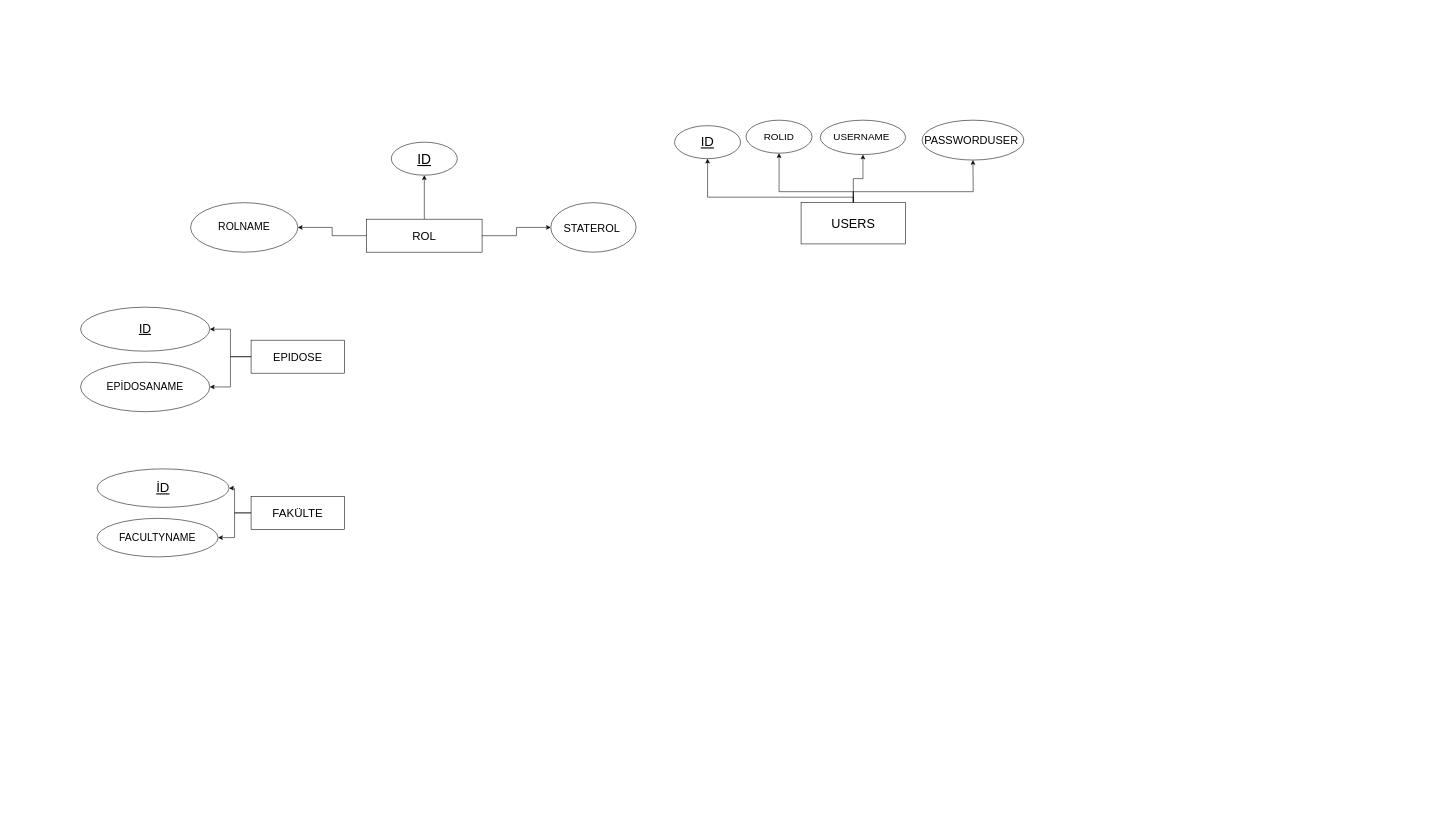
Earlier version of the draw.io diagram Untitled Diagram.drawio (burakcanyildiz2/burakcanyildiz2.github.io). Source tidied: cells renumbered, new cells numbered last; positions are measured from the earlier drawing's top-left corner, leaving out a move shared by most shapes. Both pictures are drawn from the tidied source at 55%, with x=0, y=0 at pixel (80, 120).
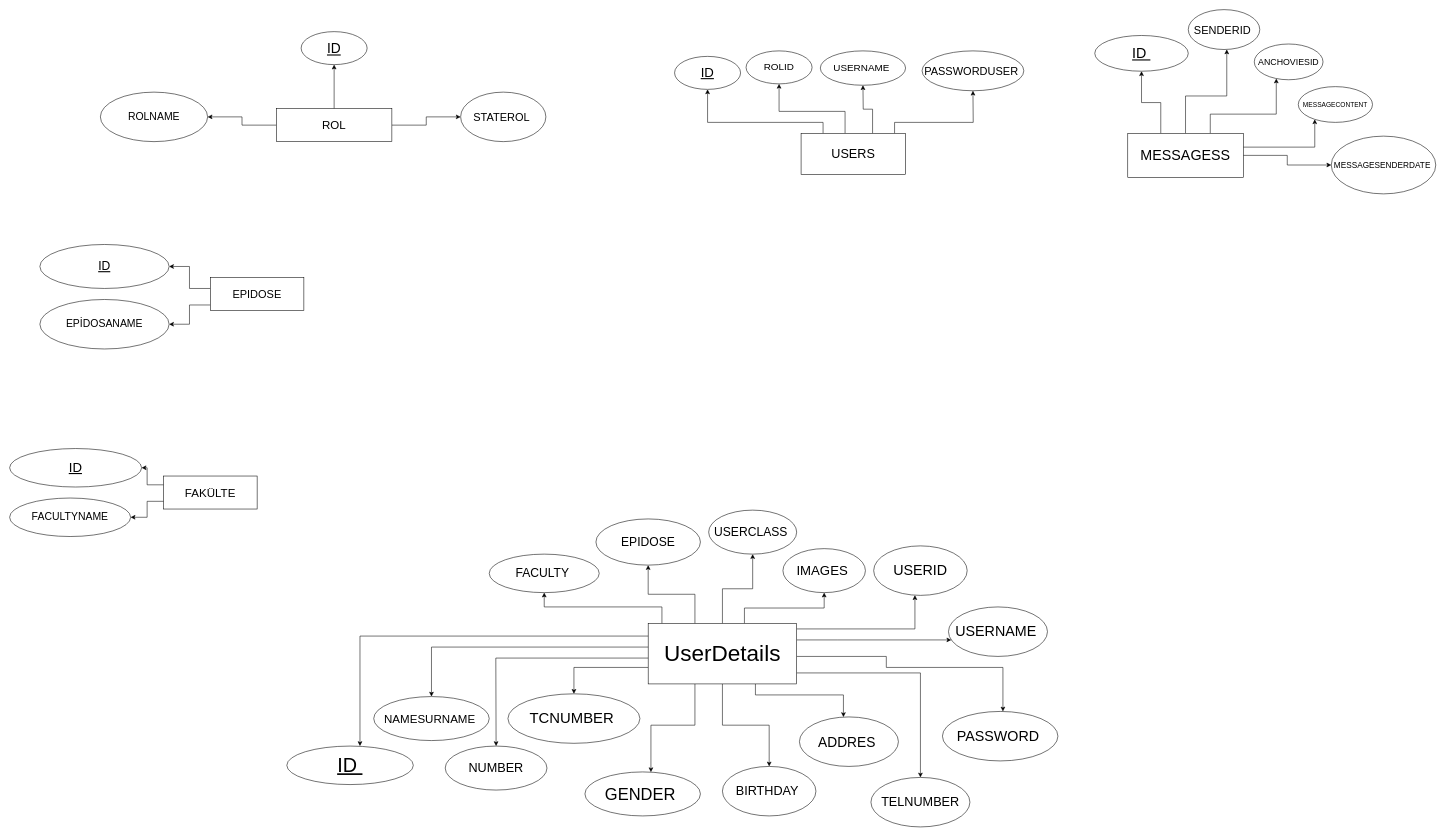
The same diagram, later.

Diff of the diagram source:
```diff
@@
     <mxCell id="2" style="edgeStyle=orthogonalEdgeStyle;rounded=0;jettySize=auto;html=1;" parent="1" edge="1" source="4" target="9">
-      <mxGeometry relative="1" as="geometry" />
+      <mxGeometry relative="1" as="geometry">
+        <Array as="points">
+          <mxPoint x="121" y="693" />
+          <mxPoint x="121" y="722" />
+        </Array>
+      </mxGeometry>
     </mxCell>
     <mxCell id="3" style="edgeStyle=orthogonalEdgeStyle;rounded=0;jettySize=auto;html=1;" parent="1" edge="1" source="4" target="8">
       <mxGeometry relative="1" as="geometry">
         <Array as="points">
-          <mxPoint x="280" y="714" />
-          <mxPoint x="280" y="669" />
+          <mxPoint x="121" y="663" />
+          <mxPoint x="121" y="632" />
         </Array>
       </mxGeometry>
     </mxCell>
     <mxCell id="4" value="&lt;font style=&quot;vertical-align: inherit ; font-size: 21px&quot;&gt;FAKÜLTE&lt;/font&gt;" style="rounded=0;whiteSpace=wrap;html=1;" parent="1" vertex="1">
-      <mxGeometry x="310" y="684" width="170" height="60" as="geometry" />
+      <mxGeometry x="151" y="647" width="170" height="60" as="geometry" />
     </mxCell>
     <mxCell id="5" style="edgeStyle=orthogonalEdgeStyle;rounded=0;jettySize=auto;html=1;" parent="1" edge="1" source="7" target="10">
-      <mxGeometry relative="1" as="geometry" />
+      <mxGeometry relative="1" as="geometry">
+        <Array as="points">
+          <mxPoint x="198" y="306" />
+          <mxPoint x="198" y="266" />
+        </Array>
+      </mxGeometry>
     </mxCell>
     <mxCell id="6" style="edgeStyle=orthogonalEdgeStyle;rounded=0;jettySize=auto;html=1;" parent="1" edge="1" source="7" target="15">
-      <mxGeometry relative="1" as="geometry" />
+      <mxGeometry relative="1" as="geometry">
+        <Array as="points">
+          <mxPoint x="198" y="336" />
+          <mxPoint x="198" y="371" />
+        </Array>
+      </mxGeometry>
     </mxCell>
     <mxCell id="7" value="&lt;font style=&quot;vertical-align: inherit ; font-size: 20px&quot;&gt;EPIDOSE&lt;/font&gt;" style="rounded=0;whiteSpace=wrap;html=1;" parent="1" vertex="1">
-      <mxGeometry x="310" y="400" width="170" height="60" as="geometry" />
+      <mxGeometry x="236" y="286" width="170" height="60" as="geometry" />
     </mxCell>
-    <mxCell id="8" value="&lt;font style=&quot;vertical-align: inherit ; font-size: 24px&quot;&gt;&lt;u&gt;&lt;font style=&quot;vertical-align: inherit ; font-size: 24px&quot;&gt;&lt;font style=&quot;vertical-align: inherit ; font-size: 24px&quot;&gt;İD&lt;/font&gt;&lt;/font&gt;&lt;/u&gt;&lt;/font&gt;" style="ellipse;whiteSpace=wrap;html=1;rounded=0;" parent="1" vertex="1">
-      <mxGeometry x="30" y="634" width="240" height="70" as="geometry" />
+    <mxCell id="8" value="&lt;span style=&quot;font-size: 24px&quot;&gt;&lt;u&gt;ID&lt;/u&gt;&lt;/span&gt;" style="ellipse;whiteSpace=wrap;html=1;rounded=0;" parent="1" vertex="1">
+      <mxGeometry x="-129" y="597" width="240" height="70" as="geometry" />
     </mxCell>
     <mxCell id="9" value="&lt;font style=&quot;vertical-align: inherit ; font-size: 19px&quot;&gt;FACULTYNAME&lt;/font&gt;" style="ellipse;whiteSpace=wrap;html=1;rounded=0;" parent="1" vertex="1">
-      <mxGeometry x="30" y="724" width="220" height="70" as="geometry" />
+      <mxGeometry x="-129" y="687" width="220" height="70" as="geometry" />
     </mxCell>
     <mxCell id="10" value="&lt;font style=&quot;vertical-align: inherit ; font-size: 22px&quot;&gt;&lt;u&gt;ID&lt;/u&gt;&lt;/font&gt;" style="ellipse;whiteSpace=wrap;html=1;rounded=0;" parent="1" vertex="1">
-      <mxGeometry y="340" width="235" height="80" as="geometry" />
+      <mxGeometry x="-74" y="226" width="235" height="80" as="geometry" />
     </mxCell>
@@
     <mxCell id="14" value="&lt;font style=&quot;vertical-align: inherit ; font-size: 21px&quot;&gt;&lt;font style=&quot;vertical-align: inherit ; font-size: 21px&quot;&gt;ROL&lt;/font&gt;&lt;/font&gt;" style="rounded=0;whiteSpace=wrap;html=1;" parent="1" vertex="1">
-      <mxGeometry x="520" y="180" width="210" height="60" as="geometry" />
+      <mxGeometry x="356" y="-21" width="210" height="60" as="geometry" />
     </mxCell>
     <mxCell id="15" value="&lt;font style=&quot;vertical-align: inherit ; font-size: 19px&quot;&gt;&lt;font style=&quot;vertical-align: inherit ; font-size: 19px&quot;&gt;&lt;font style=&quot;vertical-align: inherit ; font-size: 19px&quot;&gt;&lt;font style=&quot;vertical-align: inherit ; font-size: 19px&quot;&gt;EPİDOSANAME&lt;/font&gt;&lt;/font&gt;&lt;/font&gt;&lt;/font&gt;" style="ellipse;whiteSpace=wrap;html=1;rounded=0;" parent="1" vertex="1">
-      <mxGeometry y="440" width="235" height="90" as="geometry" />
+      <mxGeometry x="-74" y="326" width="235" height="90" as="geometry" />
     </mxCell>
     <mxCell id="16" value="&lt;font style=&quot;vertical-align: inherit ; font-size: 25px&quot;&gt;&lt;u&gt;ID&lt;/u&gt;&lt;/font&gt;" style="ellipse;whiteSpace=wrap;html=1;rounded=0;" parent="1" vertex="1">
-      <mxGeometry x="565" y="40" width="120" height="60" as="geometry" />
+      <mxGeometry x="401" y="-161" width="120" height="60" as="geometry" />
     </mxCell>
     <mxCell id="17" value="&lt;font style=&quot;vertical-align: inherit ; font-size: 19px&quot;&gt;ROLNAME&lt;/font&gt;" style="ellipse;whiteSpace=wrap;html=1;rounded=0;" parent="1" vertex="1">
-      <mxGeometry x="200" y="150" width="195" height="90" as="geometry" />
+      <mxGeometry x="36" y="-51" width="195" height="90" as="geometry" />
     </mxCell>
     <mxCell id="18" value="&lt;font style=&quot;vertical-align: inherit ; font-size: 20px&quot;&gt;&lt;font style=&quot;vertical-align: inherit ; font-size: 20px&quot;&gt;STATEROL&amp;nbsp;&lt;/font&gt;&lt;/font&gt;" style="ellipse;whiteSpace=wrap;html=1;rounded=0;" parent="1" vertex="1">
-      <mxGeometry x="855" y="150" width="155" height="90" as="geometry" />
+      <mxGeometry x="691" y="-51" width="155" height="90" as="geometry" />
     </mxCell>
     <mxCell id="19" style="edgeStyle=orthogonalEdgeStyle;rounded=0;jettySize=auto;html=1;" parent="1" edge="1" source="23" target="24">
       <mxGeometry relative="1" as="geometry">
         <Array as="points">
-          <mxPoint x="1405" y="140" />
-          <mxPoint x="1140" y="140" />
+          <mxPoint x="1350" y="4" />
+          <mxPoint x="1140" y="4" />
         </Array>
       </mxGeometry>
     </mxCell>
     <mxCell id="20" style="edgeStyle=orthogonalEdgeStyle;rounded=0;jettySize=auto;html=1;" parent="1" edge="1" source="23" target="25">
-      <mxGeometry relative="1" as="geometry" />
+      <mxGeometry relative="1" as="geometry">
+        <Array as="points">
+          <mxPoint x="1440" y="-20" />
+          <mxPoint x="1423" y="-20" />
+        </Array>
+      </mxGeometry>
     </mxCell>
     <mxCell id="21" style="edgeStyle=orthogonalEdgeStyle;rounded=0;jettySize=auto;html=1;" parent="1" edge="1" source="23" target="26">
       <mxGeometry relative="1" as="geometry">
         <Array as="points">
-          <mxPoint x="1405" y="130" />
-          <mxPoint x="1623" y="130" />
+          <mxPoint x="1480" y="4" />
+          <mxPoint x="1623" y="4" />
         </Array>
       </mxGeometry>
     </mxCell>
     <mxCell id="22" style="edgeStyle=orthogonalEdgeStyle;rounded=0;jettySize=auto;html=1;" parent="1" edge="1" source="23" target="27">
       <mxGeometry relative="1" as="geometry">
         <Array as="points">
-          <mxPoint x="1405" y="130" />
-          <mxPoint x="1270" y="130" />
+          <mxPoint x="1390" y="-16" />
+          <mxPoint x="1270" y="-16" />
         </Array>
       </mxGeometry>
     </mxCell>
     <mxCell id="23" value="&lt;font style=&quot;vertical-align: inherit ; font-size: 23px&quot;&gt;USERS&lt;/font&gt;" style="rounded=0;whiteSpace=wrap;html=1;" parent="1" vertex="1">
-      <mxGeometry x="1310" y="150" width="190" height="75" as="geometry" />
+      <mxGeometry x="1310" y="24" width="190" height="75" as="geometry" />
     </mxCell>
     <mxCell id="24" value="&lt;font style=&quot;vertical-align: inherit&quot; size=&quot;1&quot;&gt;&lt;u style=&quot;font-size: 24px&quot;&gt;ID&lt;/u&gt;&lt;/font&gt;" style="ellipse;whiteSpace=wrap;html=1;rounded=0;" parent="1" vertex="1">
-      <mxGeometry x="1080" y="10" width="120" height="60" as="geometry" />
+      <mxGeometry x="1080" y="-116" width="120" height="60" as="geometry" />
     </mxCell>
     <mxCell id="25" value="&lt;font style=&quot;vertical-align: inherit ; font-size: 18px&quot;&gt;USERNAME&amp;nbsp;&lt;/font&gt;" style="ellipse;whiteSpace=wrap;html=1;rounded=0;" parent="1" vertex="1">
-      <mxGeometry x="1345" width="155" height="62.5" as="geometry" />
+      <mxGeometry x="1345" y="-126" width="155" height="62.5" as="geometry" />
     </mxCell>
     <mxCell id="26" value="&lt;font style=&quot;vertical-align: inherit ; font-size: 20px&quot;&gt;PASSWORDUSER&amp;nbsp;&lt;/font&gt;" style="ellipse;whiteSpace=wrap;html=1;rounded=0;" parent="1" vertex="1">
-      <mxGeometry x="1530" width="185" height="72.5" as="geometry" />
+      <mxGeometry x="1530" y="-126" width="185" height="72.5" as="geometry" />
     </mxCell>
     <mxCell id="27" value="&lt;font style=&quot;font-size: 18px&quot;&gt;ROLID&lt;/font&gt;" style="ellipse;whiteSpace=wrap;html=1;rounded=0;" parent="1" vertex="1">
-      <mxGeometry x="1210" width="120" height="60" as="geometry" />
+      <mxGeometry x="1210" y="-126" width="120" height="60" as="geometry" />
     </mxCell>
+    <mxCell id="28" style="edgeStyle=orthogonalEdgeStyle;rounded=0;orthogonalLoop=1;jettySize=auto;html=1;" parent="1" edge="1">
+      <mxGeometry relative="1" as="geometry">
+        <mxPoint x="1033" y="938" as="sourcePoint" />
+        <mxPoint x="508" y="1138" as="targetPoint" />
+        <Array as="points">
+          <mxPoint x="508" y="938" />
+        </Array>
+      </mxGeometry>
+    </mxCell>
+    <mxCell id="29" style="edgeStyle=orthogonalEdgeStyle;rounded=0;jettySize=auto;html=1;" parent="1" edge="1" target="45">
+      <mxGeometry relative="1" as="geometry">
+        <mxPoint x="1033" y="958" as="sourcePoint" />
+        <Array as="points">
+          <mxPoint x="638" y="958" />
+        </Array>
+      </mxGeometry>
+    </mxCell>
+    <mxCell id="30" style="edgeStyle=orthogonalEdgeStyle;rounded=0;jettySize=auto;html=1;" parent="1" edge="1" target="46">
+      <mxGeometry relative="1" as="geometry">
+        <mxPoint x="1033" y="978" as="sourcePoint" />
+        <Array as="points">
+          <mxPoint x="755" y="978" />
+        </Array>
+      </mxGeometry>
+    </mxCell>
+    <mxCell id="31" style="edgeStyle=orthogonalEdgeStyle;rounded=0;jettySize=auto;html=1;" parent="1" edge="1" source="43" target="47">
+      <mxGeometry relative="1" as="geometry">
+        <Array as="points">
+          <mxPoint x="897" y="995" />
+        </Array>
+      </mxGeometry>
+    </mxCell>
+    <mxCell id="32" style="edgeStyle=orthogonalEdgeStyle;rounded=0;jettySize=auto;html=1;" parent="1" edge="1" source="43" target="48">
+      <mxGeometry relative="1" as="geometry">
+        <Array as="points">
+          <mxPoint x="1117" y="1100" />
+          <mxPoint x="1037" y="1100" />
+        </Array>
+      </mxGeometry>
+    </mxCell>
+    <mxCell id="33" style="edgeStyle=orthogonalEdgeStyle;rounded=0;jettySize=auto;html=1;" parent="1" edge="1" source="43" target="49">
+      <mxGeometry relative="1" as="geometry" />
+    </mxCell>
+    <mxCell id="34" style="edgeStyle=orthogonalEdgeStyle;rounded=0;jettySize=auto;html=1;" parent="1" edge="1" source="43" target="50">
+      <mxGeometry relative="1" as="geometry">
+        <Array as="points">
+          <mxPoint x="1227" y="1045" />
+          <mxPoint x="1387" y="1045" />
+        </Array>
+      </mxGeometry>
+    </mxCell>
+    <mxCell id="35" style="edgeStyle=orthogonalEdgeStyle;rounded=0;jettySize=auto;html=1;" parent="1" edge="1" source="43" target="51">
+      <mxGeometry relative="1" as="geometry">
+        <Array as="points">
+          <mxPoint x="1527" y="1005" />
+        </Array>
+      </mxGeometry>
+    </mxCell>
+    <mxCell id="36" style="edgeStyle=orthogonalEdgeStyle;rounded=0;jettySize=auto;html=1;" parent="1" edge="1" source="43" target="52">
+      <mxGeometry relative="1" as="geometry">
+        <Array as="points">
+          <mxPoint x="1057" y="885" />
+          <mxPoint x="843" y="885" />
+        </Array>
+      </mxGeometry>
+    </mxCell>
+    <mxCell id="37" style="edgeStyle=orthogonalEdgeStyle;rounded=0;jettySize=auto;html=1;" parent="1" edge="1" source="43" target="53">
+      <mxGeometry relative="1" as="geometry">
+        <Array as="points">
+          <mxPoint x="1117" y="862" />
+          <mxPoint x="1032" y="862" />
+        </Array>
+      </mxGeometry>
+    </mxCell>
+    <mxCell id="38" style="edgeStyle=orthogonalEdgeStyle;rounded=0;jettySize=auto;html=1;" parent="1" edge="1" source="43" target="54">
+      <mxGeometry relative="1" as="geometry" />
+    </mxCell>
+    <mxCell id="39" style="edgeStyle=orthogonalEdgeStyle;rounded=0;jettySize=auto;html=1;" parent="1" edge="1" source="43" target="55">
+      <mxGeometry relative="1" as="geometry">
+        <Array as="points">
+          <mxPoint x="1207" y="887" />
+          <mxPoint x="1352" y="887" />
+        </Array>
+      </mxGeometry>
+    </mxCell>
+    <mxCell id="40" style="edgeStyle=orthogonalEdgeStyle;rounded=0;jettySize=auto;html=1;" parent="1" edge="1" source="43" target="56">
+      <mxGeometry relative="1" as="geometry">
+        <Array as="points">
+          <mxPoint x="1517" y="925" />
+        </Array>
+      </mxGeometry>
+    </mxCell>
+    <mxCell id="41" style="edgeStyle=orthogonalEdgeStyle;rounded=0;jettySize=auto;html=1;" parent="1" edge="1" source="43" target="57">
+      <mxGeometry relative="1" as="geometry">
+        <Array as="points">
+          <mxPoint x="1377" y="945" />
+          <mxPoint x="1377" y="945" />
+        </Array>
+      </mxGeometry>
+    </mxCell>
+    <mxCell id="42" style="edgeStyle=orthogonalEdgeStyle;rounded=0;jettySize=auto;html=1;" parent="1" edge="1" source="43" target="58">
+      <mxGeometry relative="1" as="geometry">
+        <Array as="points">
+          <mxPoint x="1465" y="975" />
+          <mxPoint x="1465" y="995" />
+          <mxPoint x="1677" y="995" />
+        </Array>
+      </mxGeometry>
+    </mxCell>
+    <mxCell id="43" value="&lt;font style=&quot;font-size: 41px&quot;&gt;UserDetails&lt;/font&gt;" style="rounded=0;whiteSpace=wrap;html=1;" parent="1" vertex="1">
+      <mxGeometry x="1032" y="915" width="270" height="110" as="geometry" />
+    </mxCell>
+    <mxCell id="44" value="&lt;font style=&quot;font-size: 36px&quot;&gt;&lt;u&gt;ID&amp;nbsp;&lt;/u&gt;&lt;/font&gt;" style="ellipse;whiteSpace=wrap;html=1;rounded=0;" parent="1" vertex="1">
+      <mxGeometry x="375" y="1138" width="230" height="70" as="geometry" />
+    </mxCell>
+    <mxCell id="45" value="&lt;font style=&quot;font-size: 21px&quot;&gt;NAMESURNAME&amp;nbsp;&lt;/font&gt;" style="ellipse;whiteSpace=wrap;html=1;rounded=0;" parent="1" vertex="1">
+      <mxGeometry x="533" y="1048" width="210" height="80" as="geometry" />
+    </mxCell>
+    <mxCell id="46" value="&lt;font style=&quot;font-size: 23px&quot;&gt;NUMBER&lt;/font&gt;" style="ellipse;whiteSpace=wrap;html=1;rounded=0;" parent="1" vertex="1">
+      <mxGeometry x="663" y="1138" width="185" height="80" as="geometry" />
+    </mxCell>
+    <mxCell id="47" value="&lt;font style=&quot;font-size: 27px&quot;&gt;TCNUMBER&amp;nbsp;&lt;/font&gt;" style="ellipse;whiteSpace=wrap;html=1;rounded=0;" parent="1" vertex="1">
+      <mxGeometry x="777" y="1043" width="240" height="90" as="geometry" />
+    </mxCell>
+    <mxCell id="48" value="&lt;font style=&quot;font-size: 30px&quot;&gt;GENDER&amp;nbsp;&lt;/font&gt;" style="ellipse;whiteSpace=wrap;html=1;rounded=0;" parent="1" vertex="1">
+      <mxGeometry x="917" y="1185" width="210" height="80" as="geometry" />
+    </mxCell>
+    <mxCell id="49" value="&lt;font style=&quot;font-size: 23px&quot;&gt;BIRTHDAY&amp;nbsp;&lt;/font&gt;" style="ellipse;whiteSpace=wrap;html=1;rounded=0;" parent="1" vertex="1">
+      <mxGeometry x="1167" y="1175" width="170" height="90" as="geometry" />
+    </mxCell>
+    <mxCell id="50" value="&lt;font style=&quot;font-size: 25px&quot;&gt;ADDRES&amp;nbsp;&lt;/font&gt;" style="ellipse;whiteSpace=wrap;html=1;rounded=0;" parent="1" vertex="1">
+      <mxGeometry x="1307" y="1085" width="180" height="90" as="geometry" />
+    </mxCell>
+    <mxCell id="51" value="&lt;font style=&quot;font-size: 23px&quot;&gt;TELNUMBER&lt;/font&gt;" style="ellipse;whiteSpace=wrap;html=1;rounded=0;" parent="1" vertex="1">
+      <mxGeometry x="1437" y="1195" width="180" height="90" as="geometry" />
+    </mxCell>
+    <mxCell id="52" value="&lt;font style=&quot;font-size: 22px&quot;&gt;FACULTY&amp;nbsp;&lt;/font&gt;" style="ellipse;whiteSpace=wrap;html=1;rounded=0;" parent="1" vertex="1">
+      <mxGeometry x="743" y="789" width="200" height="70" as="geometry" />
+    </mxCell>
+    <mxCell id="53" value="&lt;font style=&quot;font-size: 22px&quot;&gt;EPIDOSE&lt;/font&gt;" style="ellipse;whiteSpace=wrap;html=1;rounded=0;" parent="1" vertex="1">
+      <mxGeometry x="937" y="725" width="190" height="84" as="geometry" />
+    </mxCell>
+    <mxCell id="54" value="&lt;font style=&quot;font-size: 22px&quot;&gt;USERCLASS&amp;nbsp;&lt;/font&gt;" style="ellipse;whiteSpace=wrap;html=1;rounded=0;" parent="1" vertex="1">
+      <mxGeometry x="1142" y="709" width="160" height="80" as="geometry" />
+    </mxCell>
+    <mxCell id="55" value="&lt;font style=&quot;font-size: 24px&quot;&gt;IMAGES&amp;nbsp;&lt;/font&gt;" style="ellipse;whiteSpace=wrap;html=1;rounded=0;" parent="1" vertex="1">
+      <mxGeometry x="1277" y="779" width="150" height="80" as="geometry" />
+    </mxCell>
+    <mxCell id="56" value="&lt;font style=&quot;font-size: 26px&quot;&gt;USERID&lt;/font&gt;" style="ellipse;whiteSpace=wrap;html=1;rounded=0;" parent="1" vertex="1">
+      <mxGeometry x="1442" y="774" width="170" height="90" as="geometry" />
+    </mxCell>
+    <mxCell id="57" value="&lt;font style=&quot;font-size: 26px&quot;&gt;USERNAME&amp;nbsp;&lt;/font&gt;" style="ellipse;whiteSpace=wrap;html=1;" parent="1" vertex="1">
+      <mxGeometry x="1578" y="885" width="180" height="90" as="geometry" />
+    </mxCell>
+    <mxCell id="58" value="&lt;font style=&quot;font-size: 26px&quot;&gt;PASSWORD&amp;nbsp;&lt;/font&gt;" style="ellipse;whiteSpace=wrap;html=1;rounded=0;" parent="1" vertex="1">
+      <mxGeometry x="1567" y="1075" width="210" height="90" as="geometry" />
+    </mxCell>
+    <mxCell id="59" style="edgeStyle=orthogonalEdgeStyle;rounded=0;jettySize=auto;html=1;" parent="1" edge="1" source="64" target="65">
+      <mxGeometry relative="1" as="geometry">
+        <Array as="points">
+          <mxPoint x="1964" y="-32" />
+          <mxPoint x="1929" y="-32" />
+        </Array>
+      </mxGeometry>
+    </mxCell>
+    <mxCell id="60" style="edgeStyle=orthogonalEdgeStyle;rounded=0;jettySize=auto;html=1;" parent="1" edge="1" source="64" target="66">
+      <mxGeometry relative="1" as="geometry">
+        <Array as="points">
+          <mxPoint x="2009" y="-44" />
+          <mxPoint x="2084" y="-44" />
+        </Array>
+      </mxGeometry>
+    </mxCell>
+    <mxCell id="61" style="edgeStyle=orthogonalEdgeStyle;rounded=0;jettySize=auto;html=1;" parent="1" edge="1" source="64" target="67">
+      <mxGeometry relative="1" as="geometry">
+        <Array as="points">
+          <mxPoint x="2054" y="-11" />
+          <mxPoint x="2174" y="-11" />
+        </Array>
+      </mxGeometry>
+    </mxCell>
+    <mxCell id="62" style="edgeStyle=orthogonalEdgeStyle;rounded=0;jettySize=auto;html=1;" parent="1" edge="1" source="64" target="68">
+      <mxGeometry relative="1" as="geometry">
+        <Array as="points">
+          <mxPoint x="2244" y="49" />
+        </Array>
+      </mxGeometry>
+    </mxCell>
+    <mxCell id="63" style="edgeStyle=orthogonalEdgeStyle;rounded=0;jettySize=auto;html=1;" parent="1" edge="1" source="64" target="69">
+      <mxGeometry relative="1" as="geometry" />
+    </mxCell>
+    <mxCell id="64" value="&lt;font style=&quot;font-size: 26px&quot;&gt;MESSAGESS&lt;/font&gt;" style="rounded=0;whiteSpace=wrap;html=1;" parent="1" vertex="1">
+      <mxGeometry x="1904" y="24" width="210" height="80" as="geometry" />
+    </mxCell>
+    <mxCell id="65" value="&lt;font style=&quot;font-size: 26px&quot;&gt;&lt;u&gt;ID&amp;nbsp;&lt;/u&gt;&lt;/font&gt;" style="ellipse;whiteSpace=wrap;html=1;rounded=0;" parent="1" vertex="1">
+      <mxGeometry x="1844" y="-154" width="170" height="65" as="geometry" />
+    </mxCell>
+    <mxCell id="66" value="&lt;font style=&quot;font-size: 20px&quot;&gt;SENDERID&amp;nbsp;&lt;/font&gt;" style="ellipse;whiteSpace=wrap;html=1;" parent="1" vertex="1">
+      <mxGeometry x="2014" y="-201" width="130" height="72.5" as="geometry" />
+    </mxCell>
+    <mxCell id="67" value="&lt;font style=&quot;font-size: 16px&quot;&gt;ANCHOVIESID&lt;/font&gt;" style="ellipse;whiteSpace=wrap;html=1;rounded=0;" parent="1" vertex="1">
+      <mxGeometry x="2134" y="-138.5" width="125" height="65" as="geometry" />
+    </mxCell>
+    <mxCell id="68" value="MESSAGECONTENT" style="ellipse;whiteSpace=wrap;html=1;rounded=0;" parent="1" vertex="1">
+      <mxGeometry x="2214" y="-61" width="135" height="65" as="geometry" />
+    </mxCell>
+    <mxCell id="69" value="&lt;font style=&quot;font-size: 15px&quot;&gt;MESSAGESENDERDATE&amp;nbsp;&lt;/font&gt;" style="ellipse;whiteSpace=wrap;html=1;rounded=0;" parent="1" vertex="1">
+      <mxGeometry x="2274" y="29" width="190" height="105" as="geometry" />
+    </mxCell>
```
